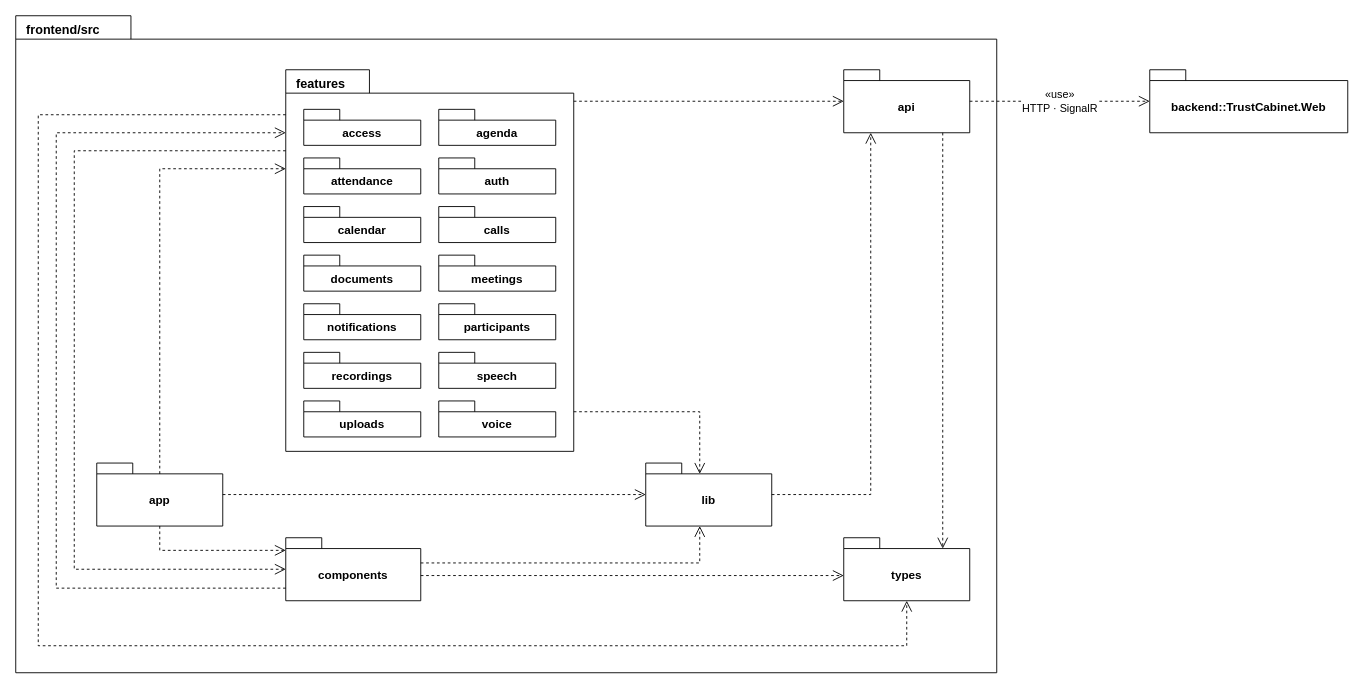
This is docs/15-package-diagram/package-frontend.drawio from callmehai/FU-FA26-G116, a draw.io file, before an edit. Source tidied: cells renumbered, new cells numbered last; positions are measured from the earlier drawing's top-left corner, leaving out a move shared by most shapes. Both pictures are drawn from the tidied source at 90%, with x=0, y=0 at pixel (15, 15).
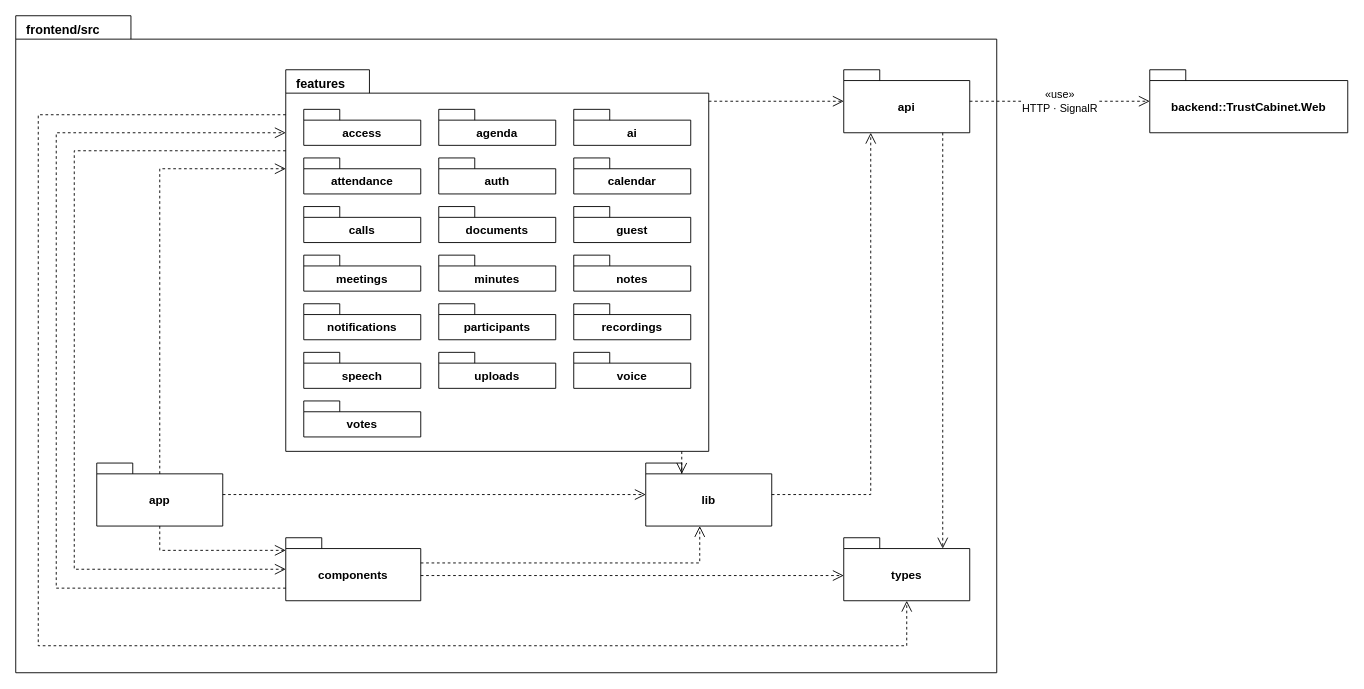
The same diagram, later.

Unchanged cells that the change refers to:
```xml
<mxCell id="2" value="frontend/src" style="shape=folder;tabWidth=128;tabHeight=26;tabPosition=left;verticalAlign=top;align=left;spacingLeft=10;spacingTop=1;fontStyle=1;fontSize=14;html=1;whiteSpace=wrap;fillColor=#ffffff;strokeColor=#000000;fontColor=#000000;fontFamily=Helvetica;" parent="1" vertex="1">
  <mxGeometry width="1090" height="730" as="geometry" />
</mxCell>
<mxCell id="20" value="lib" style="shape=folder;tabWidth=40;tabHeight=12;tabPosition=left;verticalAlign=middle;align=center;spacingTop=12;fontStyle=1;fontSize=13;html=1;whiteSpace=wrap;fillColor=#ffffff;strokeColor=#000000;fontColor=#000000;fontFamily=Helvetica;" parent="2" vertex="1">
  <mxGeometry x="700" y="497" width="140" height="70" as="geometry" />
</mxCell>
```

Change to the diagram source:
```diff
@@
     <mxCell id="4" value="features" style="shape=folder;tabWidth=93;tabHeight=26;tabPosition=left;verticalAlign=top;align=left;spacingLeft=10;spacingTop=1;fontStyle=1;fontSize=14;html=1;whiteSpace=wrap;fillColor=#ffffff;strokeColor=#000000;fontColor=#000000;fontFamily=Helvetica;" parent="2" vertex="1">
-      <mxGeometry x="300" y="60" width="320" height="424" as="geometry" />
+      <mxGeometry x="300" y="60" width="470" height="424" as="geometry" />
     </mxCell>
@@
+    <mxCell id="37" value="ai" style="shape=folder;tabWidth=40;tabHeight=12;tabPosition=left;verticalAlign=middle;align=center;spacingTop=12;fontStyle=1;fontSize=13;html=1;whiteSpace=wrap;fillColor=#ffffff;strokeColor=#000000;fontColor=#000000;fontFamily=Helvetica;" parent="4" vertex="1">
+      <mxGeometry x="320" y="44" width="130" height="40" as="geometry" />
+    </mxCell>
@@
     <mxCell id="9" value="calendar" style="shape=folder;tabWidth=40;tabHeight=12;tabPosition=left;verticalAlign=middle;align=center;spacingTop=12;fontStyle=1;fontSize=13;html=1;whiteSpace=wrap;fillColor=#ffffff;strokeColor=#000000;fontColor=#000000;fontFamily=Helvetica;" parent="4" vertex="1">
-      <mxGeometry x="20" y="152" width="130" height="40" as="geometry" />
+      <mxGeometry x="320" y="98" width="130" height="40" as="geometry" />
     </mxCell>
     <mxCell id="10" value="calls" style="shape=folder;tabWidth=40;tabHeight=12;tabPosition=left;verticalAlign=middle;align=center;spacingTop=12;fontStyle=1;fontSize=13;html=1;whiteSpace=wrap;fillColor=#ffffff;strokeColor=#000000;fontColor=#000000;fontFamily=Helvetica;" parent="4" vertex="1">
-      <mxGeometry x="170" y="152" width="130" height="40" as="geometry" />
+      <mxGeometry x="20" y="152" width="130" height="40" as="geometry" />
     </mxCell>
     <mxCell id="11" value="documents" style="shape=folder;tabWidth=40;tabHeight=12;tabPosition=left;verticalAlign=middle;align=center;spacingTop=12;fontStyle=1;fontSize=13;html=1;whiteSpace=wrap;fillColor=#ffffff;strokeColor=#000000;fontColor=#000000;fontFamily=Helvetica;" parent="4" vertex="1">
-      <mxGeometry x="20" y="206" width="130" height="40" as="geometry" />
+      <mxGeometry x="170" y="152" width="130" height="40" as="geometry" />
     </mxCell>
+    <mxCell id="38" value="guest" style="shape=folder;tabWidth=40;tabHeight=12;tabPosition=left;verticalAlign=middle;align=center;spacingTop=12;fontStyle=1;fontSize=13;html=1;whiteSpace=wrap;fillColor=#ffffff;strokeColor=#000000;fontColor=#000000;fontFamily=Helvetica;" parent="4" vertex="1">
+      <mxGeometry x="320" y="152" width="130" height="40" as="geometry" />
+    </mxCell>
     <mxCell id="12" value="meetings" style="shape=folder;tabWidth=40;tabHeight=12;tabPosition=left;verticalAlign=middle;align=center;spacingTop=12;fontStyle=1;fontSize=13;html=1;whiteSpace=wrap;fillColor=#ffffff;strokeColor=#000000;fontColor=#000000;fontFamily=Helvetica;" parent="4" vertex="1">
-      <mxGeometry x="170" y="206" width="130" height="40" as="geometry" />
+      <mxGeometry x="20" y="206" width="130" height="40" as="geometry" />
     </mxCell>
+    <mxCell id="39" value="minutes" style="shape=folder;tabWidth=40;tabHeight=12;tabPosition=left;verticalAlign=middle;align=center;spacingTop=12;fontStyle=1;fontSize=13;html=1;whiteSpace=wrap;fillColor=#ffffff;strokeColor=#000000;fontColor=#000000;fontFamily=Helvetica;" parent="4" vertex="1">
+      <mxGeometry x="170" y="206" width="130" height="40" as="geometry" />
+    </mxCell>
+    <mxCell id="40" value="notes" style="shape=folder;tabWidth=40;tabHeight=12;tabPosition=left;verticalAlign=middle;align=center;spacingTop=12;fontStyle=1;fontSize=13;html=1;whiteSpace=wrap;fillColor=#ffffff;strokeColor=#000000;fontColor=#000000;fontFamily=Helvetica;" parent="4" vertex="1">
+      <mxGeometry x="320" y="206" width="130" height="40" as="geometry" />
+    </mxCell>
@@
     <mxCell id="15" value="recordings" style="shape=folder;tabWidth=40;tabHeight=12;tabPosition=left;verticalAlign=middle;align=center;spacingTop=12;fontStyle=1;fontSize=13;html=1;whiteSpace=wrap;fillColor=#ffffff;strokeColor=#000000;fontColor=#000000;fontFamily=Helvetica;" parent="4" vertex="1">
-      <mxGeometry x="20" y="314" width="130" height="40" as="geometry" />
+      <mxGeometry x="320" y="260" width="130" height="40" as="geometry" />
     </mxCell>
     <mxCell id="16" value="speech" style="shape=folder;tabWidth=40;tabHeight=12;tabPosition=left;verticalAlign=middle;align=center;spacingTop=12;fontStyle=1;fontSize=13;html=1;whiteSpace=wrap;fillColor=#ffffff;strokeColor=#000000;fontColor=#000000;fontFamily=Helvetica;" parent="4" vertex="1">
-      <mxGeometry x="170" y="314" width="130" height="40" as="geometry" />
+      <mxGeometry x="20" y="314" width="130" height="40" as="geometry" />
     </mxCell>
     <mxCell id="17" value="uploads" style="shape=folder;tabWidth=40;tabHeight=12;tabPosition=left;verticalAlign=middle;align=center;spacingTop=12;fontStyle=1;fontSize=13;html=1;whiteSpace=wrap;fillColor=#ffffff;strokeColor=#000000;fontColor=#000000;fontFamily=Helvetica;" parent="4" vertex="1">
-      <mxGeometry x="20" y="368" width="130" height="40" as="geometry" />
+      <mxGeometry x="170" y="314" width="130" height="40" as="geometry" />
     </mxCell>
     <mxCell id="18" value="voice" style="shape=folder;tabWidth=40;tabHeight=12;tabPosition=left;verticalAlign=middle;align=center;spacingTop=12;fontStyle=1;fontSize=13;html=1;whiteSpace=wrap;fillColor=#ffffff;strokeColor=#000000;fontColor=#000000;fontFamily=Helvetica;" parent="4" vertex="1">
-      <mxGeometry x="170" y="368" width="130" height="40" as="geometry" />
+      <mxGeometry x="320" y="314" width="130" height="40" as="geometry" />
     </mxCell>
+    <mxCell id="41" value="votes" style="shape=folder;tabWidth=40;tabHeight=12;tabPosition=left;verticalAlign=middle;align=center;spacingTop=12;fontStyle=1;fontSize=13;html=1;whiteSpace=wrap;fillColor=#ffffff;strokeColor=#000000;fontColor=#000000;fontFamily=Helvetica;" parent="4" vertex="1">
+      <mxGeometry x="20" y="368" width="130" height="40" as="geometry" />
+    </mxCell>
@@
-    <mxCell id="31" style="endArrow=open;endFill=0;endSize=10;dashed=1;rounded=0;html=1;strokeColor=#000000;fontColor=#000000;fontFamily=Helvetica;fontSize=12;labelBackgroundColor=#ffffff;exitX=1;exitY=0.8962;exitDx=0;exitDy=0;exitPerimeter=0;entryX=0.4286;entryY=0.1714;entryDx=0;entryDy=0;entryPerimeter=0;" parent="1" edge="1" source="4" target="20">
-      <mxGeometry relative="1" as="geometry">
-        <Array as="points">
-          <mxPoint x="760" y="440" />
-        </Array>
-      </mxGeometry>
+    <mxCell id="31" style="endArrow=open;endFill=0;endSize=10;dashed=1;rounded=0;html=1;strokeColor=#000000;fontColor=#000000;fontFamily=Helvetica;fontSize=12;labelBackgroundColor=#ffffff;exitX=0.9362;exitY=1;exitDx=0;exitDy=0;exitPerimeter=0;entryX=0.2857;entryY=0.1714;entryDx=0;entryDy=0;entryPerimeter=0;" parent="1" edge="1" source="4" target="20">
+      <mxGeometry relative="1" as="geometry" />
     </mxCell>
```
